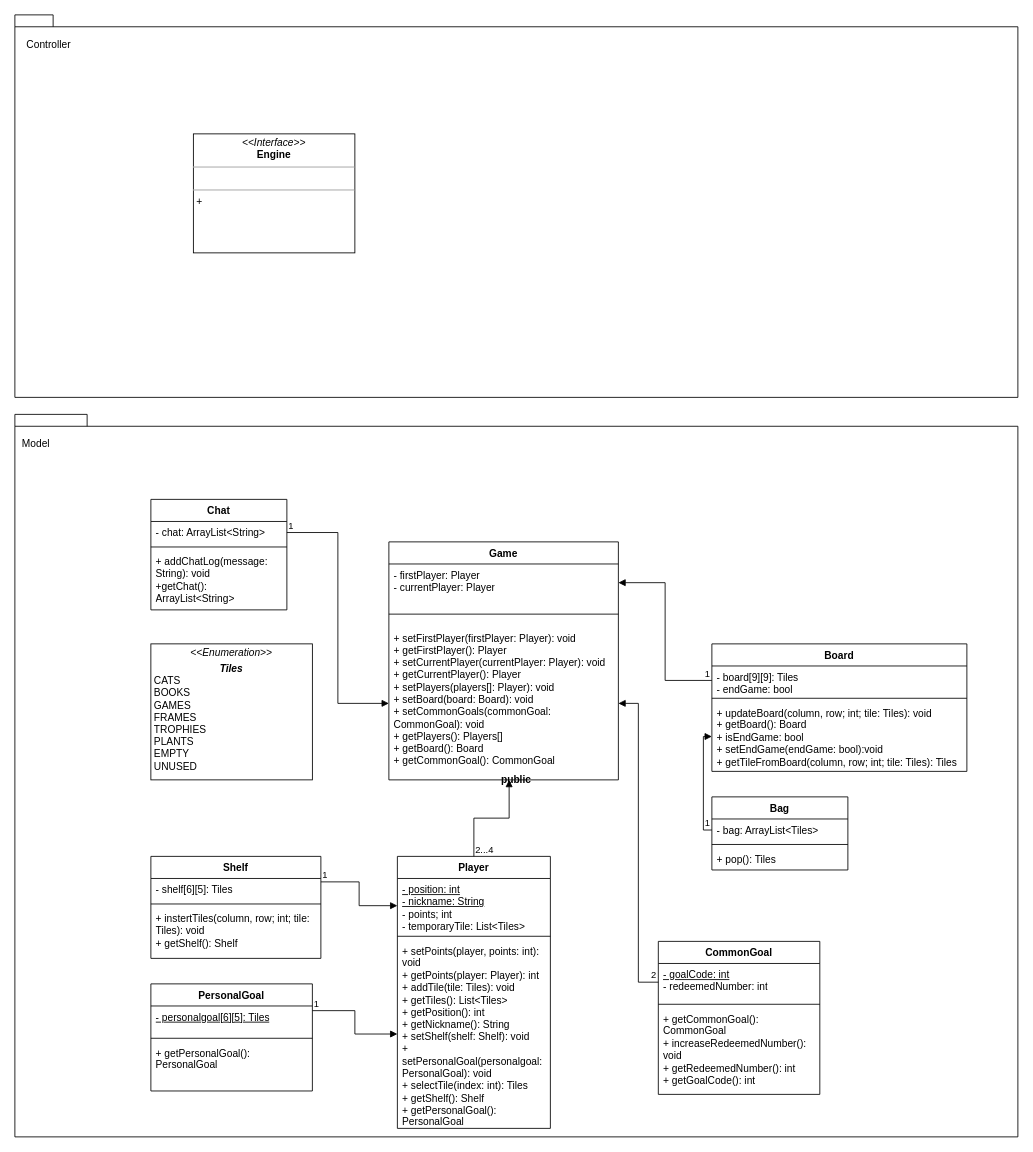
Above: UMLs/InitialUML.drawio in Luisi-Parsani-Simoncini-Zanardi/ing-sw-2023-luisi-parsani-simoncini-zanardi (draw.io), before the change. Source tidied: cells renumbered, new cells numbered last; positions are measured from the earlier drawing's top-left corner, leaving out a move shared by most shapes. Both pictures are drawn from the tidied source at 85%, with x=0, y=0 at pixel (14, 14).
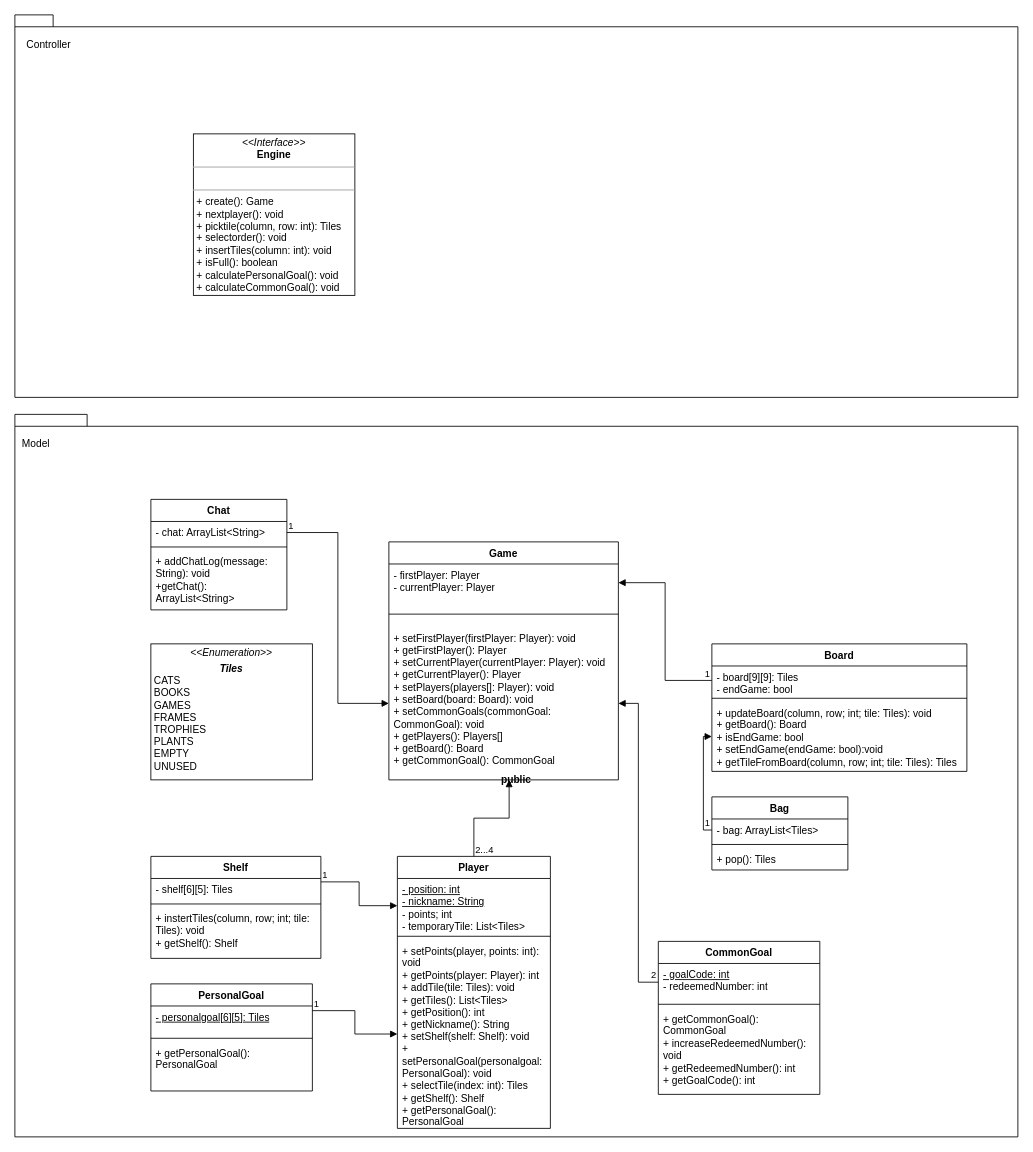
Above is the later version.

Diff of the diagram source:
```diff
@@
-    <mxCell id="54" value="&lt;p style=&quot;margin:0px;margin-top:4px;text-align:center;&quot;&gt;&lt;i&gt;&amp;lt;&amp;lt;Interface&amp;gt;&amp;gt;&lt;/i&gt;&lt;br&gt;&lt;b&gt;Engine&lt;/b&gt;&lt;/p&gt;&lt;hr size=&quot;1&quot;&gt;&lt;p style=&quot;margin:0px;margin-left:4px;&quot;&gt;&lt;br&gt;&lt;/p&gt;&lt;hr size=&quot;1&quot;&gt;&lt;p style=&quot;margin:0px;margin-left:4px;&quot;&gt;+&amp;nbsp;&lt;/p&gt;" style="verticalAlign=top;align=left;overflow=fill;fontSize=12;fontFamily=Helvetica;html=1;whiteSpace=wrap;" parent="1" vertex="1">
-      <mxGeometry x="210" y="140" width="190" height="140" as="geometry" />
+    <mxCell id="54" value="&lt;p style=&quot;margin:0px;margin-top:4px;text-align:center;&quot;&gt;&lt;i&gt;&amp;lt;&amp;lt;Interface&amp;gt;&amp;gt;&lt;/i&gt;&lt;br&gt;&lt;b&gt;Engine&lt;/b&gt;&lt;/p&gt;&lt;hr size=&quot;1&quot;&gt;&lt;p style=&quot;margin:0px;margin-left:4px;&quot;&gt;&lt;br&gt;&lt;/p&gt;&lt;hr size=&quot;1&quot;&gt;&lt;p style=&quot;margin:0px;margin-left:4px;&quot;&gt;+ create(): Game&lt;/p&gt;&lt;p style=&quot;margin:0px;margin-left:4px;&quot;&gt;+ nextplayer(): void&lt;/p&gt;&lt;p style=&quot;margin:0px;margin-left:4px;&quot;&gt;+ picktile(column, row: int): Tiles&lt;/p&gt;&lt;p style=&quot;margin:0px;margin-left:4px;&quot;&gt;+ selectorder(): void&lt;/p&gt;&lt;p style=&quot;margin:0px;margin-left:4px;&quot;&gt;+ insertTiles(column: int): void&lt;/p&gt;&lt;p style=&quot;margin:0px;margin-left:4px;&quot;&gt;+ isFull(): boolean&lt;/p&gt;&lt;p style=&quot;margin:0px;margin-left:4px;&quot;&gt;+ calculatePersonalGoal(): void&lt;/p&gt;&lt;p style=&quot;margin:0px;margin-left:4px;&quot;&gt;+ calculateCommonGoal(): void&lt;/p&gt;&lt;p style=&quot;margin:0px;margin-left:4px;&quot;&gt;&lt;br&gt;&lt;/p&gt;" style="verticalAlign=top;align=left;overflow=fill;fontSize=12;fontFamily=Helvetica;html=1;whiteSpace=wrap;fillColor=none;" parent="1" vertex="1">
+      <mxGeometry x="210" y="140" width="190" height="190" as="geometry" />
     </mxCell>
```
